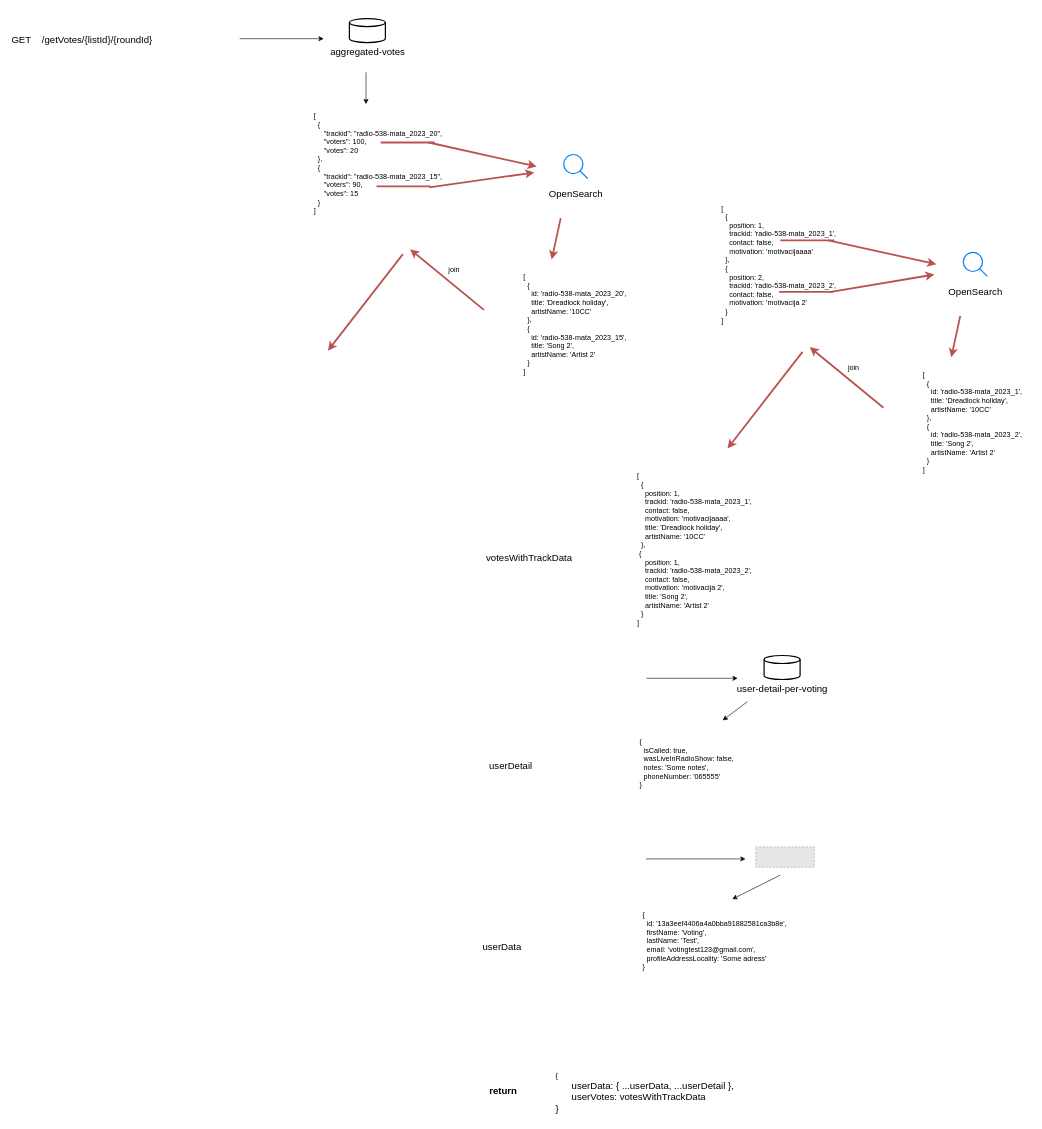
Above: page "/getVotes" (4 of 5) of folder/voting.drawio in mata998/drawio (draw.io), before the change. Source tidied: cells renumbered, new cells numbered last; positions are measured from the earlier drawing's top-left corner, leaving out a move shared by most shapes. Both pictures are drawn from the tidied source at 60%, with x=0, y=0 at pixel (10, 19). Pictures stored in the file or linked from it are replaced by grey dashed boxes.
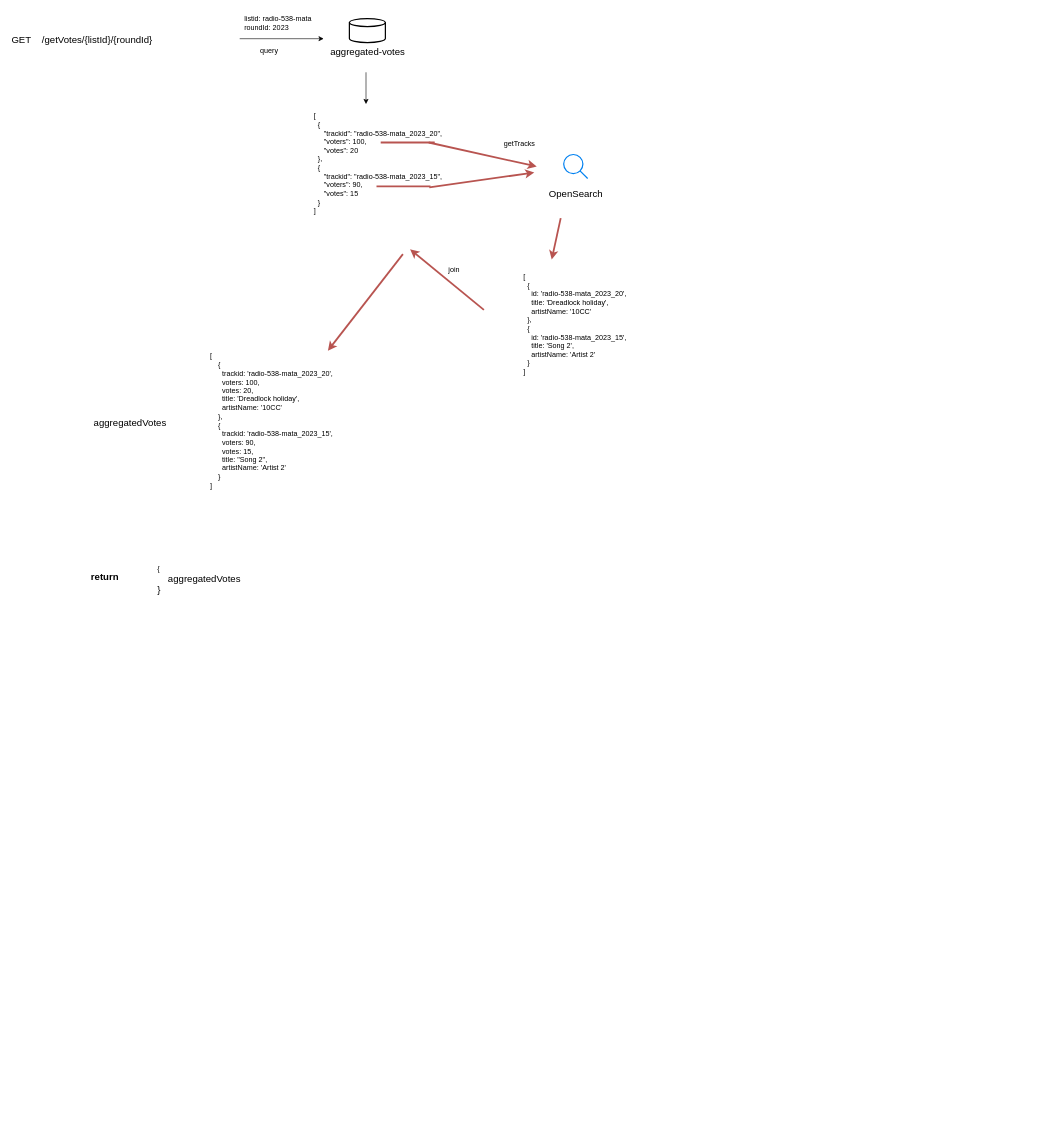
After the change.

The edit, as a diff of the source:
```diff
@@
-    <mxCell id="2" value="&lt;div&gt;[&lt;/div&gt;&lt;div&gt;&amp;nbsp; {&lt;/div&gt;&lt;div&gt;&amp;nbsp; &amp;nbsp; position: 1,&lt;/div&gt;&lt;div&gt;&amp;nbsp; &amp;nbsp; trackid: 'radio-538-mata_2023_1',&lt;/div&gt;&lt;div&gt;&amp;nbsp; &amp;nbsp; contact: false,&lt;/div&gt;&lt;div&gt;&amp;nbsp; &amp;nbsp; motivation: 'motivacijaaaa'&lt;/div&gt;&lt;div&gt;&amp;nbsp; },&lt;/div&gt;&lt;div&gt;&lt;div style=&quot;border-color: var(--border-color);&quot;&gt;&amp;nbsp; {&lt;/div&gt;&lt;div style=&quot;border-color: var(--border-color);&quot;&gt;&amp;nbsp; &amp;nbsp; position: 2,&lt;/div&gt;&lt;div style=&quot;border-color: var(--border-color);&quot;&gt;&amp;nbsp; &amp;nbsp; trackid: 'radio-538-mata_2023_2',&lt;/div&gt;&lt;div style=&quot;border-color: var(--border-color);&quot;&gt;&amp;nbsp; &amp;nbsp; contact: false,&lt;/div&gt;&lt;div style=&quot;border-color: var(--border-color);&quot;&gt;&amp;nbsp; &amp;nbsp; motivation: 'motivacija 2'&lt;/div&gt;&lt;div style=&quot;border-color: var(--border-color);&quot;&gt;&amp;nbsp; }&lt;/div&gt;&lt;/div&gt;&lt;div&gt;]&lt;/div&gt;" style="text;html=1;align=left;verticalAlign=middle;strokeColor=none;fillColor=none;" parent="1" vertex="1">
-      <mxGeometry x="1183" y="302" width="209" height="214" as="geometry" />
-    </mxCell>
@@
-    <mxCell id="5" style="endArrow=none;html=1;rounded=0;fillColor=#f8cecc;strokeColor=#b85450;strokeWidth=3;" parent="1" edge="1">
-      <mxGeometry relative="1" as="geometry">
-        <mxPoint x="1283" y="369" as="sourcePoint" />
-        <mxPoint x="1373" y="369" as="targetPoint" />
-      </mxGeometry>
-    </mxCell>
-    <mxCell id="6" style="endArrow=none;html=1;rounded=0;fillColor=#f8cecc;strokeColor=#b85450;strokeWidth=3;" parent="1" edge="1">
-      <mxGeometry relative="1" as="geometry">
-        <mxPoint x="1281" y="455" as="sourcePoint" />
-        <mxPoint x="1371" y="455" as="targetPoint" />
-      </mxGeometry>
-    </mxCell>
-    <mxCell id="7" style="endArrow=classic;html=1;rounded=0;strokeWidth=3;fillColor=#f8cecc;strokeColor=#b85450;" parent="1" edge="1">
-      <mxGeometry relative="1" as="geometry">
-        <mxPoint x="1363" y="369" as="sourcePoint" />
-        <mxPoint x="1543" y="409" as="targetPoint" />
-      </mxGeometry>
-    </mxCell>
-    <mxCell id="8" style="endArrow=classic;html=1;rounded=0;strokeWidth=3;fillColor=#f8cecc;strokeColor=#b85450;" parent="1" edge="1">
-      <mxGeometry relative="1" as="geometry">
-        <mxPoint x="1365" y="455.5" as="sourcePoint" />
-        <mxPoint x="1540" y="426" as="targetPoint" />
-      </mxGeometry>
-    </mxCell>
-    <mxCell id="9" style="group;" parent="1" vertex="1">
-      <mxGeometry x="1553" y="389" width="110" height="80" as="geometry" />
-    </mxCell>
-    <mxCell id="10" style="html=1;verticalLabelPosition=bottom;align=center;labelBackgroundColor=#ffffff;verticalAlign=top;strokeWidth=2;strokeColor=#0080F0;shadow=0;dashed=0;shape=mxgraph.ios7.icons.looking_glass;" parent="9" vertex="1">
-      <mxGeometry x="35" width="40" height="40" as="geometry" />
-    </mxCell>
-    <mxCell id="11" value="&lt;font style=&quot;font-size: 16px;&quot;&gt;OpenSearch&lt;/font&gt;" style="text;html=1;align=center;verticalAlign=middle;strokeColor=none;fillColor=none;" parent="9" vertex="1">
-      <mxGeometry y="50" width="110" height="30" as="geometry" />
-    </mxCell>
-    <mxCell id="12" value="&lt;div&gt;[&lt;/div&gt;&lt;div&gt;&amp;nbsp; {&lt;/div&gt;&lt;div&gt;&amp;nbsp; &amp;nbsp; id: 'radio-538-mata_2023_1',&lt;/div&gt;&lt;div&gt;&amp;nbsp; &amp;nbsp; title: 'Dreadlock holiday',&lt;/div&gt;&lt;div&gt;&amp;nbsp; &amp;nbsp; artistName: '10CC'&lt;/div&gt;&lt;div&gt;&amp;nbsp; },&lt;/div&gt;&lt;div&gt;&lt;div style=&quot;border-color: var(--border-color);&quot;&gt;&amp;nbsp; {&lt;/div&gt;&lt;div style=&quot;border-color: var(--border-color);&quot;&gt;&amp;nbsp; &amp;nbsp; id: 'radio-538-mata_2023_2',&lt;/div&gt;&lt;div style=&quot;border-color: var(--border-color);&quot;&gt;&amp;nbsp; &amp;nbsp; title: 'Song 2',&lt;/div&gt;&lt;div style=&quot;border-color: var(--border-color);&quot;&gt;&amp;nbsp; &amp;nbsp; artistName: 'Artist 2'&lt;/div&gt;&lt;div style=&quot;border-color: var(--border-color);&quot;&gt;&amp;nbsp; }&lt;/div&gt;&lt;/div&gt;&lt;div&gt;]&lt;/div&gt;" style="text;html=1;align=left;verticalAlign=middle;strokeColor=none;fillColor=none;" parent="1" vertex="1">
-      <mxGeometry x="1519" y="579" width="183" height="185" as="geometry" />
-    </mxCell>
-    <mxCell id="13" style="endArrow=classic;html=1;rounded=0;strokeWidth=3;fillColor=#f8cecc;strokeColor=#b85450;" parent="1" edge="1">
-      <mxGeometry relative="1" as="geometry">
-        <mxPoint x="1583" y="495" as="sourcePoint" />
-        <mxPoint x="1568" y="564" as="targetPoint" />
-      </mxGeometry>
-    </mxCell>
-    <mxCell id="14" style="endArrow=classic;html=1;rounded=0;strokeWidth=3;fillColor=#f8cecc;strokeColor=#b85450;" parent="1" edge="1">
-      <mxGeometry relative="1" as="geometry">
-        <mxPoint x="1455" y="648" as="sourcePoint" />
-        <mxPoint x="1332" y="547" as="targetPoint" />
-      </mxGeometry>
-    </mxCell>
-    <mxCell id="15" value="join" style="text;html=1;align=center;verticalAlign=middle;strokeColor=none;fillColor=none;" parent="1" vertex="1">
-      <mxGeometry x="1386" y="569" width="37" height="26" as="geometry" />
-    </mxCell>
-    <mxCell id="16" style="endArrow=classic;html=1;rounded=0;strokeWidth=3;fillColor=#f8cecc;strokeColor=#b85450;" parent="1" edge="1">
-      <mxGeometry relative="1" as="geometry">
-        <mxPoint x="1320" y="555" as="sourcePoint" />
-        <mxPoint x="1195" y="716" as="targetPoint" />
-      </mxGeometry>
-    </mxCell>
-    <mxCell id="17" value="&lt;div&gt;&amp;nbsp; [&lt;/div&gt;&lt;div&gt;&amp;nbsp; &amp;nbsp; {&lt;/div&gt;&lt;div&gt;&amp;nbsp; &amp;nbsp; &amp;nbsp; position: 1,&lt;/div&gt;&lt;div&gt;&amp;nbsp; &amp;nbsp; &amp;nbsp; trackid: 'radio-538-mata_2023_1',&lt;/div&gt;&lt;div&gt;&amp;nbsp; &amp;nbsp; &amp;nbsp; contact: false,&lt;/div&gt;&lt;div&gt;&amp;nbsp; &amp;nbsp; &amp;nbsp; motivation: 'motivacijaaaa',&lt;/div&gt;&lt;div&gt;&amp;nbsp; &amp;nbsp; &amp;nbsp; title: 'Dreadlock holiday',&lt;/div&gt;&lt;div&gt;&amp;nbsp; &amp;nbsp; &amp;nbsp; artistName: '10CC'&lt;/div&gt;&lt;div&gt;&amp;nbsp; &amp;nbsp; },&lt;/div&gt;&lt;div&gt;&lt;div style=&quot;border-color: var(--border-color);&quot;&gt;&amp;nbsp;&amp;nbsp; {&lt;/div&gt;&lt;div style=&quot;border-color: var(--border-color);&quot;&gt;&amp;nbsp; &amp;nbsp; &amp;nbsp; position: 1,&lt;/div&gt;&lt;div style=&quot;border-color: var(--border-color);&quot;&gt;&amp;nbsp; &amp;nbsp; &amp;nbsp; trackid: 'radio-538-mata_2023_2',&lt;/div&gt;&lt;div style=&quot;border-color: var(--border-color);&quot;&gt;&amp;nbsp; &amp;nbsp; &amp;nbsp; contact: false,&lt;/div&gt;&lt;div style=&quot;border-color: var(--border-color);&quot;&gt;&amp;nbsp; &amp;nbsp; &amp;nbsp; motivation: 'motivacija 2',&lt;/div&gt;&lt;div style=&quot;border-color: var(--border-color);&quot;&gt;&amp;nbsp; &amp;nbsp; &amp;nbsp; title: 'Song 2',&lt;/div&gt;&lt;div style=&quot;border-color: var(--border-color);&quot;&gt;&amp;nbsp; &amp;nbsp; &amp;nbsp; artistName: 'Artist 2'&lt;/div&gt;&lt;div style=&quot;border-color: var(--border-color);&quot;&gt;&amp;nbsp; &amp;nbsp; }&lt;/div&gt;&lt;/div&gt;&lt;div&gt;&amp;nbsp; ]&lt;/div&gt;" style="text;html=1;align=left;verticalAlign=middle;strokeColor=none;fillColor=none;" parent="1" vertex="1">
-      <mxGeometry x="1036" y="748" width="216" height="271" as="geometry" />
-    </mxCell>
-    <mxCell id="18" style="group;" parent="1" vertex="1">
-      <mxGeometry x="1256" y="1061" width="115" height="70" as="geometry" />
-    </mxCell>
-    <mxCell id="19" style="strokeWidth=2;html=1;shape=mxgraph.flowchart.database;whiteSpace=wrap;" parent="18" vertex="1">
-      <mxGeometry width="60" height="40" as="geometry" />
-    </mxCell>
-    <mxCell id="20" value="&lt;font style=&quot;font-size: 16px;&quot;&gt;user-detail-per-voting&lt;/font&gt;" style="text;html=1;align=center;verticalAlign=middle;strokeColor=none;fillColor=none;" parent="18" vertex="1">
-      <mxGeometry x="-55" y="40" width="170" height="30" as="geometry" />
-    </mxCell>
-    <mxCell id="21" style="endArrow=classic;html=1;rounded=0;" parent="1" edge="1">
-      <mxGeometry relative="1" as="geometry">
-        <mxPoint x="1060" y="1099" as="sourcePoint" />
-        <mxPoint x="1212" y="1099" as="targetPoint" />
-      </mxGeometry>
-    </mxCell>
-    <mxCell id="22" style="endArrow=classic;html=1;rounded=0;" parent="1" edge="1">
-      <mxGeometry relative="1" as="geometry">
-        <mxPoint x="1228" y="1138" as="sourcePoint" />
-        <mxPoint x="1187" y="1169" as="targetPoint" />
-      </mxGeometry>
-    </mxCell>
-    <mxCell id="23" value="&lt;div&gt;{&lt;/div&gt;&lt;div&gt;&amp;nbsp; isCalled: true,&lt;/div&gt;&lt;div&gt;&amp;nbsp; wasLiveInRadioShow: false,&lt;/div&gt;&lt;div&gt;&amp;nbsp; notes: 'Some notes',&lt;/div&gt;&lt;div&gt;&amp;nbsp; phoneNumber: '065555'&lt;/div&gt;&lt;div&gt;}&lt;/div&gt;" style="text;html=1;align=left;verticalAlign=middle;strokeColor=none;fillColor=none;" parent="1" vertex="1">
-      <mxGeometry x="1047" y="1192" width="175" height="98" as="geometry" />
-    </mxCell>
-    <mxCell id="24" style="fillColor=#E6E6E6;strokeColor=#999999;dashed=1;verticalLabelPosition=bottom;labelBackgroundColor=default;verticalAlign=top;" parent="1" vertex="1">
-      <mxGeometry x="1242" y="1380" width="97.8" height="34" as="geometry" />
-    </mxCell>
-    <mxCell id="25" style="endArrow=classic;html=1;rounded=0;" parent="1" edge="1">
-      <mxGeometry relative="1" as="geometry">
-        <mxPoint x="1059" y="1400" as="sourcePoint" />
-        <mxPoint x="1225" y="1400" as="targetPoint" />
-      </mxGeometry>
-    </mxCell>
-    <mxCell id="26" style="endArrow=classic;html=1;rounded=0;" parent="1" edge="1">
-      <mxGeometry relative="1" as="geometry">
-        <mxPoint x="1283" y="1427" as="sourcePoint" />
-        <mxPoint x="1203" y="1467" as="targetPoint" />
-      </mxGeometry>
-    </mxCell>
-    <mxCell id="27" value="&lt;div&gt;{&lt;/div&gt;&lt;div&gt;&amp;nbsp; id: '13a3eef4406a4a0bba91882581ca3b8e',&lt;/div&gt;&lt;div&gt;&amp;nbsp; firstName: 'Voting',&lt;/div&gt;&lt;div&gt;&amp;nbsp; lastName: 'Test',&lt;/div&gt;&lt;div&gt;&amp;nbsp; email: 'votingtest123@gmail.com',&lt;/div&gt;&lt;div&gt;&amp;nbsp; profileAddressLocality: 'Some adress'&lt;/div&gt;&lt;div&gt;}&lt;/div&gt;" style="text;html=1;align=left;verticalAlign=middle;strokeColor=none;fillColor=none;" parent="1" vertex="1">
-      <mxGeometry x="1052" y="1480" width="258" height="113" as="geometry" />
-    </mxCell>
-    <mxCell id="28" value="&lt;font style=&quot;font-size: 16px;&quot;&gt;votesWithTrackData&lt;/font&gt;" style="text;html=1;align=left;verticalAlign=middle;strokeColor=none;fillColor=none;" parent="1" vertex="1">
-      <mxGeometry x="791" y="882" width="161" height="31" as="geometry" />
-    </mxCell>
-    <mxCell id="29" value="&lt;font style=&quot;font-size: 16px;&quot;&gt;userDetail&lt;/font&gt;" style="text;html=1;align=left;verticalAlign=middle;strokeColor=none;fillColor=none;" parent="1" vertex="1">
-      <mxGeometry x="796" y="1229" width="90" height="31" as="geometry" />
-    </mxCell>
-    <mxCell id="30" value="&lt;font style=&quot;font-size: 16px;&quot;&gt;userData&lt;/font&gt;" style="text;html=1;align=left;verticalAlign=middle;strokeColor=none;fillColor=none;" parent="1" vertex="1">
-      <mxGeometry x="785" y="1530" width="83" height="31" as="geometry" />
-    </mxCell>
-    <mxCell id="31" value="&lt;font style=&quot;font-size: 16px;&quot;&gt;&lt;b&gt;return&lt;/b&gt;&lt;/font&gt;" style="text;html=1;align=center;verticalAlign=middle;strokeColor=none;fillColor=none;" parent="1" vertex="1">
-      <mxGeometry x="789" y="1771" width="64" height="31" as="geometry" />
-    </mxCell>
-    <mxCell id="32" value="&lt;div&gt;{&lt;/div&gt;&lt;div&gt;&lt;span style=&quot;font-size: 16px;&quot;&gt;&amp;nbsp; &amp;nbsp; &amp;nbsp; userData: { ...userData, ...userDetail },&lt;/span&gt;&lt;/div&gt;&lt;div&gt;&lt;span style=&quot;font-size: 16px;&quot;&gt;&amp;nbsp; &amp;nbsp; &amp;nbsp; userVotes: votesWithTrackData&lt;/span&gt;&lt;/div&gt;&lt;div&gt;&lt;span style=&quot;font-size: 16px;&quot;&gt;}&lt;/span&gt;&lt;/div&gt;" style="text;html=1;align=left;verticalAlign=middle;strokeColor=none;fillColor=none;" parent="1" vertex="1">
-      <mxGeometry x="907" y="1748" width="315" height="84" as="geometry" />
-    </mxCell>
@@
+    <mxCell id="50" value="&lt;div&gt;[&lt;/div&gt;&lt;div&gt;&amp;nbsp; &amp;nbsp; {&lt;/div&gt;&lt;div&gt;&amp;nbsp; &amp;nbsp; &amp;nbsp; trackid: 'radio-538-mata_2023_20',&lt;/div&gt;&lt;div&gt;&amp;nbsp; &amp;nbsp; &amp;nbsp; voters: 100,&lt;/div&gt;&lt;div&gt;&amp;nbsp; &amp;nbsp; &amp;nbsp; votes: 20,&lt;/div&gt;&lt;div&gt;&amp;nbsp; &amp;nbsp; &amp;nbsp; title: 'Dreadlock holiday',&lt;/div&gt;&lt;div&gt;&amp;nbsp; &amp;nbsp; &amp;nbsp; artistName: '10CC'&lt;/div&gt;&lt;div&gt;&amp;nbsp; &amp;nbsp; },&lt;/div&gt;&lt;div&gt;&amp;nbsp; &amp;nbsp; {&lt;/div&gt;&lt;div&gt;&amp;nbsp; &amp;nbsp; &amp;nbsp; trackid: 'radio-538-mata_2023_15',&lt;/div&gt;&lt;div&gt;&amp;nbsp; &amp;nbsp; &amp;nbsp; voters: 90,&lt;/div&gt;&lt;div&gt;&amp;nbsp; &amp;nbsp; &amp;nbsp; votes: 15,&lt;/div&gt;&lt;div&gt;&amp;nbsp; &amp;nbsp; &amp;nbsp; title: &quot;Song 2&quot;,&lt;/div&gt;&lt;div&gt;&amp;nbsp; &amp;nbsp; &amp;nbsp; artistName: 'Artist 2'&lt;/div&gt;&lt;div&gt;&amp;nbsp; &amp;nbsp; }&lt;/div&gt;&lt;div&gt;]&lt;/div&gt;" style="text;html=1;align=left;verticalAlign=middle;strokeColor=none;fillColor=none;" parent="1" vertex="1">
+      <mxGeometry x="330.8" y="549" width="223" height="242" as="geometry" />
+    </mxCell>
+    <mxCell id="51" value="&lt;font style=&quot;font-size: 16px;&quot;&gt;aggregatedVotes&lt;/font&gt;" style="text;html=1;align=left;verticalAlign=middle;strokeColor=none;fillColor=none;" parent="1" vertex="1">
+      <mxGeometry x="137" y="657" width="139" height="31" as="geometry" />
+    </mxCell>
+    <mxCell id="31" value="&lt;font style=&quot;font-size: 16px;&quot;&gt;&lt;b&gt;return&lt;/b&gt;&lt;/font&gt;" style="text;html=1;align=center;verticalAlign=middle;strokeColor=none;fillColor=none;" parent="1" vertex="1">
+      <mxGeometry x="125" y="914" width="64" height="31" as="geometry" />
+    </mxCell>
+    <mxCell id="52" value="&lt;div&gt;{&lt;/div&gt;&lt;span style=&quot;font-size: 16px;&quot;&gt;&amp;nbsp; &amp;nbsp; aggregatedVotes&lt;br&gt;&lt;/span&gt;&lt;div&gt;&lt;span style=&quot;background-color: initial; font-size: 16px;&quot;&gt;}&lt;/span&gt;&lt;/div&gt;" style="text;html=1;align=left;verticalAlign=middle;strokeColor=none;fillColor=none;" parent="1" vertex="1">
+      <mxGeometry x="243" y="902" width="157" height="65" as="geometry" />
+    </mxCell>
+    <mxCell id="53" value="query" style="text;html=1;align=center;verticalAlign=middle;strokeColor=none;fillColor=none;" parent="1" vertex="1">
+      <mxGeometry x="407" y="40" width="48" height="26" as="geometry" />
+    </mxCell>
+    <mxCell id="54" value="listid: radio-538-mata&lt;br&gt;roundId: 2023" style="text;html=1;align=left;verticalAlign=middle;strokeColor=none;fillColor=none;" parent="1" vertex="1">
+      <mxGeometry x="388" y="-14" width="130" height="41" as="geometry" />
+    </mxCell>
+    <mxCell id="55" value="getTracks" style="text;html=1;align=center;verticalAlign=middle;strokeColor=none;fillColor=none;" parent="1" vertex="1">
+      <mxGeometry x="813" y="196" width="70" height="26" as="geometry" />
+    </mxCell>
```
